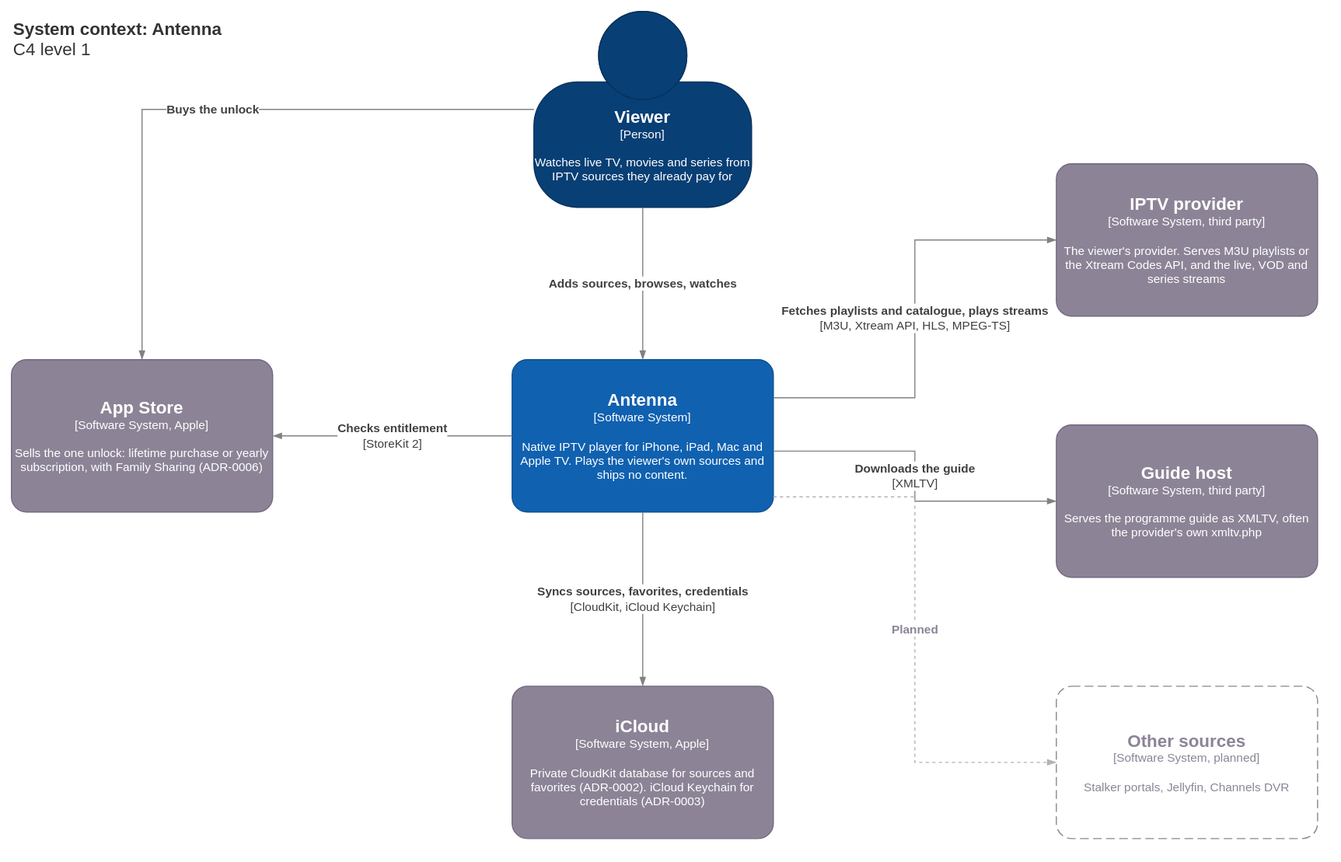
OlofLoov/antenna keeps this draw.io diagram as docs/architecture/c4-context.drawio.svg. Above is the earlier version. Source tidied: cells renumbered, new cells last; positions are measured from the earlier drawing's top-left corner, leaving out a move shared by most shapes.
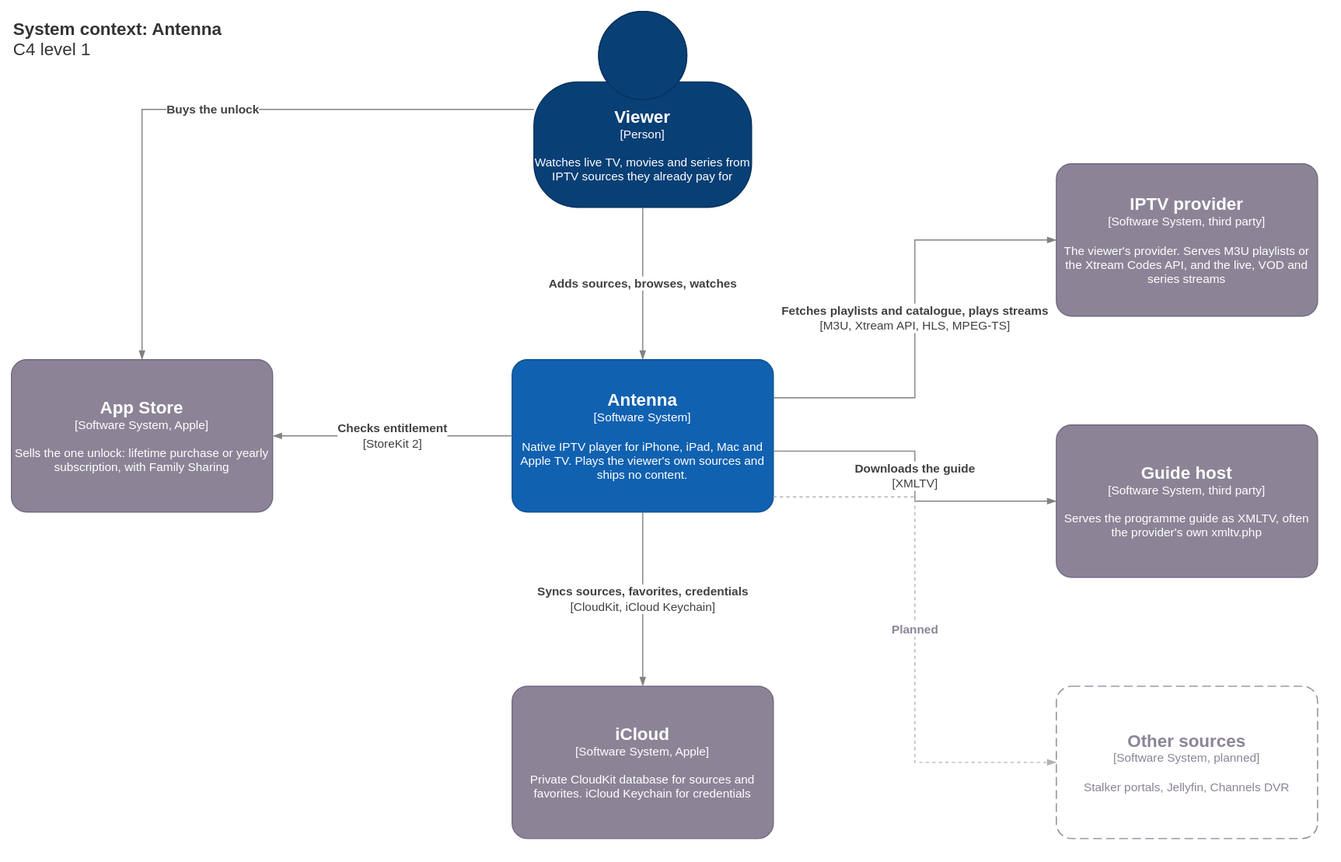
The same diagram one commit later.

Commit message:
docs: drop decision numbers from the C4 diagrams

The context and container diagrams showed "(ADR-000N)" after six box
descriptions. Remove it from the visible SVG text and from the embedded
draw.io source, which still parses as XML.

Diff of the diagram source:
```diff
@@ -11,10 +11,10 @@
     <mxCell id="4" value="&lt;font style='font-size:16px'&gt;&lt;b&gt;Antenna&lt;/b&gt;&lt;/font&gt;&lt;div&gt;[Software System]&lt;/div&gt;&lt;br&gt;&lt;div&gt;Native IPTV player for iPhone, iPad, Mac and Apple TV. Plays the viewer's own sources and ships no content.&lt;/div&gt;" style="rounded=1;whiteSpace=wrap;html=1;labelBackgroundColor=none;fillColor=#1061B0;fontColor=#ffffff;align=center;arcSize=10;strokeColor=#0D5091;fontSize=11;" parent="1" vertex="1">
       <mxGeometry x="460" y="320" width="240" height="140" as="geometry" />
     </mxCell>
-    <mxCell id="5" value="&lt;font style='font-size:16px'&gt;&lt;b&gt;App Store&lt;/b&gt;&lt;/font&gt;&lt;div&gt;[Software System, Apple]&lt;/div&gt;&lt;br&gt;&lt;div&gt;Sells the one unlock: lifetime purchase or yearly subscription, with Family Sharing (ADR-0006)&lt;/div&gt;" style="rounded=1;whiteSpace=wrap;html=1;labelBackgroundColor=none;fillColor=#8C8496;fontColor=#ffffff;align=center;arcSize=10;strokeColor=#736782;fontSize=11;" parent="1" vertex="1">
+    <mxCell id="5" value="&lt;font style='font-size:16px'&gt;&lt;b&gt;App Store&lt;/b&gt;&lt;/font&gt;&lt;div&gt;[Software System, Apple]&lt;/div&gt;&lt;br&gt;&lt;div&gt;Sells the one unlock: lifetime purchase or yearly subscription, with Family Sharing&lt;/div&gt;" style="rounded=1;whiteSpace=wrap;html=1;labelBackgroundColor=none;fillColor=#8C8496;fontColor=#ffffff;align=center;arcSize=10;strokeColor=#736782;fontSize=11;" parent="1" vertex="1">
       <mxGeometry y="320" width="240" height="140" as="geometry" />
     </mxCell>
-    <mxCell id="6" value="&lt;font style='font-size:16px'&gt;&lt;b&gt;iCloud&lt;/b&gt;&lt;/font&gt;&lt;div&gt;[Software System, Apple]&lt;/div&gt;&lt;br&gt;&lt;div&gt;Private CloudKit database for sources and favorites (ADR-0002). iCloud Keychain for credentials (ADR-0003)&lt;/div&gt;" style="rounded=1;whiteSpace=wrap;html=1;labelBackgroundColor=none;fillColor=#8C8496;fontColor=#ffffff;align=center;arcSize=10;strokeColor=#736782;fontSize=11;" parent="1" vertex="1">
+    <mxCell id="6" value="&lt;font style='font-size:16px'&gt;&lt;b&gt;iCloud&lt;/b&gt;&lt;/font&gt;&lt;div&gt;[Software System, Apple]&lt;/div&gt;&lt;br&gt;&lt;div&gt;Private CloudKit database for sources and favorites. iCloud Keychain for credentials&lt;/div&gt;" style="rounded=1;whiteSpace=wrap;html=1;labelBackgroundColor=none;fillColor=#8C8496;fontColor=#ffffff;align=center;arcSize=10;strokeColor=#736782;fontSize=11;" parent="1" vertex="1">
       <mxGeometry x="460" y="620" width="240" height="140" as="geometry" />
     </mxCell>
     <mxCell id="7" value="&lt;font style='font-size:16px'&gt;&lt;b&gt;IPTV provider&lt;/b&gt;&lt;/font&gt;&lt;div&gt;[Software System, third party]&lt;/div&gt;&lt;br&gt;&lt;div&gt;The viewer's provider. Serves M3U playlists or the Xtream Codes API, and the live, VOD and series streams&lt;/div&gt;" style="rounded=1;whiteSpace=wrap;html=1;labelBackgroundColor=none;fillColor=#8C8496;fontColor=#ffffff;align=center;arcSize=10;strokeColor=#736782;fontSize=11;" parent="1" vertex="1">
```
